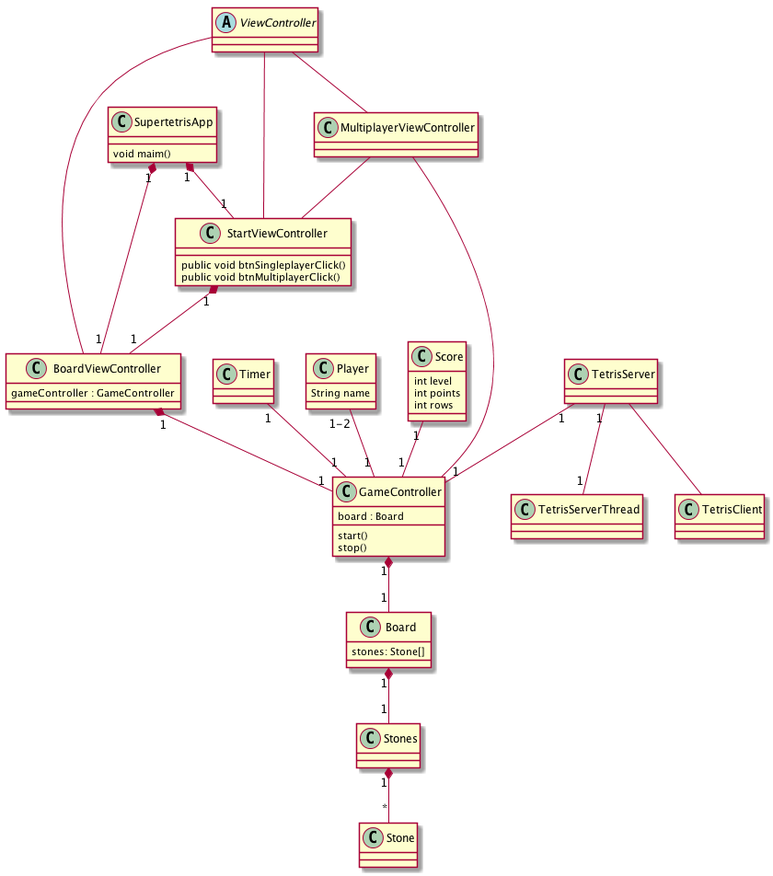
ponchofiesta/supertetris keeps this PlantUML diagram as doc/Klassendiagramm.png. Above is the earlier version. Its source is kept beside it as doc/Klassendiagramm.puml.
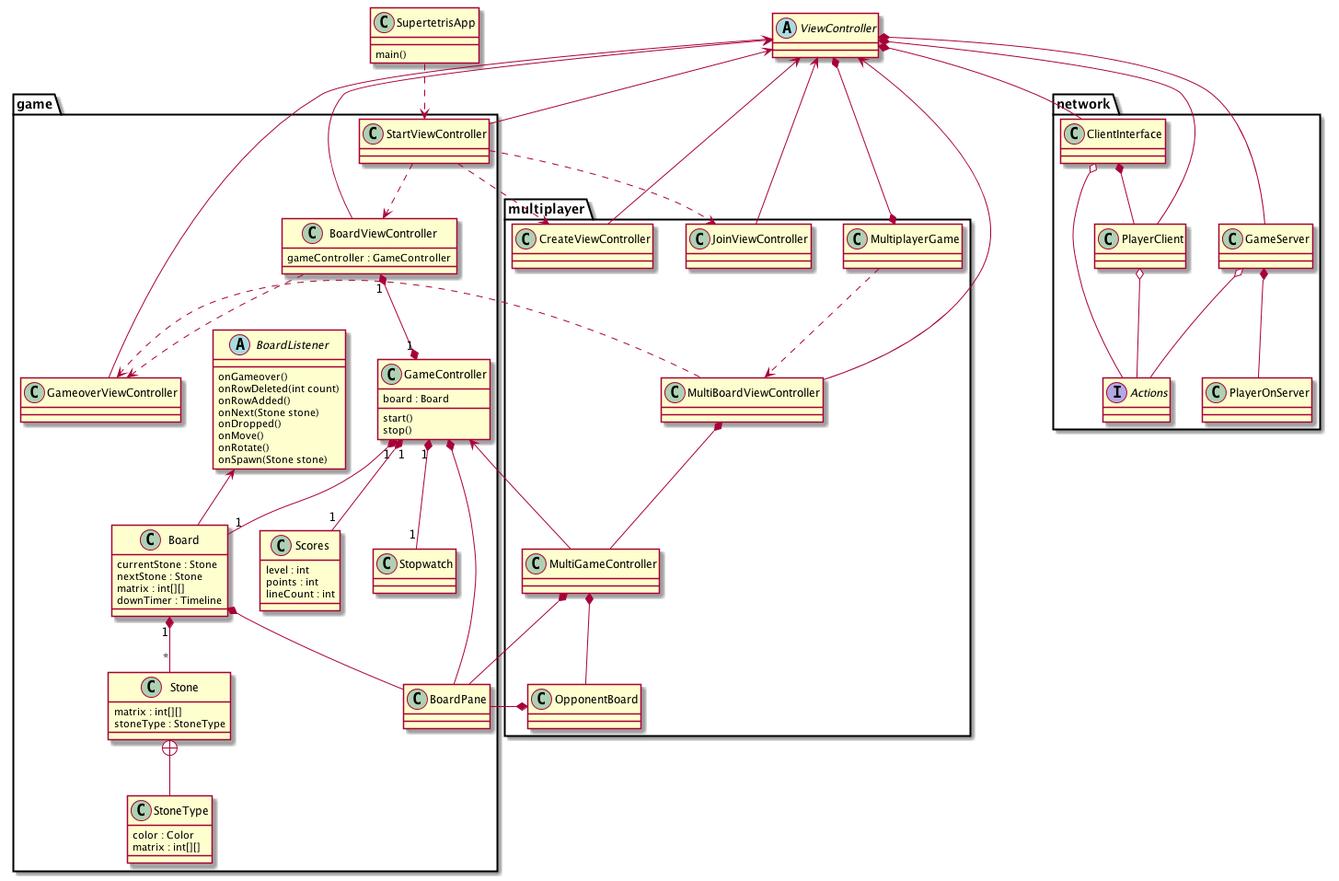
The same file after the commit.

Commit message:
Adjust UML

The edit, as a diff of the source:
```diff
@@ -27,13 +27,15 @@
     class MultiBoardViewController
     class MultiGameController
     class MultiplayerGame
-    class LobbyViewController
+    class JoinViewController
+    class CreateViewController
     class OpponentBoard
 }
 
 SupertetrisApp ..> StartViewController
 StartViewController ..> BoardViewController
-StartViewController ..> LobbyViewController
+StartViewController ..> JoinViewController
+StartViewController ..> CreateViewController
 BoardViewController "1" *--* "1" GameController
 GameController "1" *-- "1" Board
 GameController "1" *-- "1" Stopwatch
@@ -54,7 +56,8 @@
 ViewController <-- StartViewController
 ViewController <-- BoardViewController
 ViewController <-- MultiBoardViewController
-ViewController <-- LobbyViewController
+ViewController <-- JoinViewController
+ViewController <-- CreateViewController
 ViewController <-- GameoverViewController
 
 ViewController *-- GameServer
```
